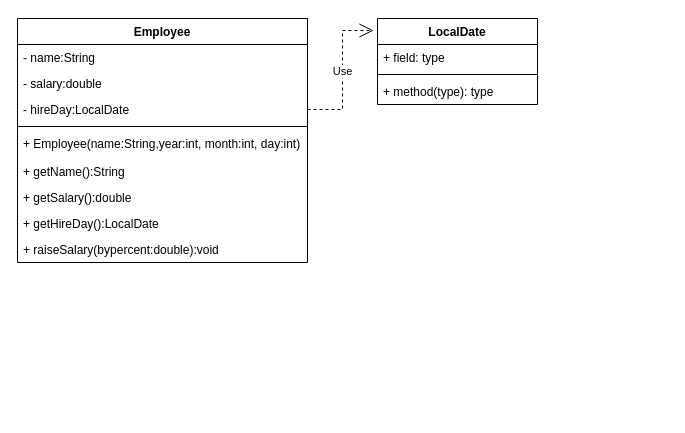
Before: v1ch04/Employee.drawio in whyhardpickname/coreJava10e, a draw.io diagram. Source tidied: cells renumbered, new cells numbered last; positions are measured from the earlier drawing's top-left corner, leaving out a move shared by most shapes. Both pictures are drawn from the tidied source at 100%, with x=0, y=0 at pixel (17, 18).
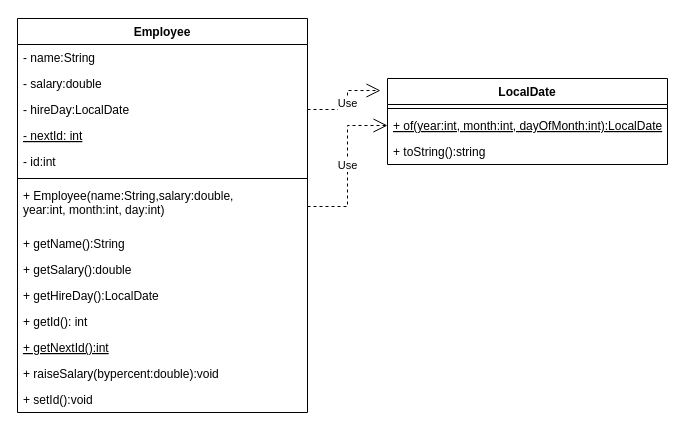
Above is the later version.

Commit message (it also covers changes not shown here):
EmployeeTest and it's uml

Diff of the diagram source:
```diff
@@
     <mxCell id="2" value="Employee" style="swimlane;fontStyle=1;align=center;verticalAlign=top;horizontal=1;startSize=26;" parent="1" vertex="1">
-      <mxGeometry width="290" height="244" as="geometry" />
+      <mxGeometry width="290" height="394" as="geometry" />
     </mxCell>
@@
+    <mxCell id="17" value="- nextId: int" style="text;strokeColor=none;fillColor=none;align=left;verticalAlign=top;spacingLeft=4;spacingRight=4;overflow=hidden;fontStyle=4;" parent="2" vertex="1">
+      <mxGeometry y="104" width="290" height="26" as="geometry" />
+    </mxCell>
+    <mxCell id="18" value="- id:int" style="text;strokeColor=none;fillColor=none;align=left;verticalAlign=top;spacingLeft=4;spacingRight=4;overflow=hidden;fontStyle=0;" parent="2" vertex="1">
+      <mxGeometry y="130" width="290" height="26" as="geometry" />
+    </mxCell>
     <mxCell id="6" style="line;strokeWidth=1;fillColor=none;align=left;verticalAlign=middle;spacingTop=-1;spacingLeft=3;spacingRight=3;labelPosition=right;" parent="2" vertex="1">
-      <mxGeometry y="104" width="290" height="8" as="geometry" />
+      <mxGeometry y="156" width="290" height="8" as="geometry" />
     </mxCell>
-    <mxCell id="7" value="+ Employee(name:String,year:int, month:int, day:int)" style="text;strokeColor=none;fillColor=none;align=left;verticalAlign=top;spacingLeft=4;spacingRight=4;overflow=hidden;points=[[0,0.5],[1,0.5]];portConstraint=eastwest;" parent="2" vertex="1">
-      <mxGeometry y="112" width="290" height="28" as="geometry" />
+    <mxCell id="7" value="+ Employee(name:String,salary:double, &#10;year:int, month:int, day:int)" style="text;strokeColor=none;fillColor=none;align=left;verticalAlign=top;spacingLeft=4;spacingRight=4;overflow=hidden;points=[[0,0.5],[1,0.5]];portConstraint=eastwest;" parent="2" vertex="1">
+      <mxGeometry y="164" width="290" height="48" as="geometry" />
     </mxCell>
     <mxCell id="8" value="+ getName():String" style="text;strokeColor=none;fillColor=none;align=left;verticalAlign=top;spacingLeft=4;spacingRight=4;overflow=hidden;" parent="2" vertex="1">
-      <mxGeometry y="140" width="290" height="26" as="geometry" />
+      <mxGeometry y="212" width="290" height="26" as="geometry" />
     </mxCell>
     <mxCell id="9" value="+ getSalary():double" style="text;strokeColor=none;fillColor=none;align=left;verticalAlign=top;spacingLeft=4;spacingRight=4;overflow=hidden;" parent="2" vertex="1">
-      <mxGeometry y="166" width="290" height="26" as="geometry" />
+      <mxGeometry y="238" width="290" height="26" as="geometry" />
     </mxCell>
     <mxCell id="10" value="+ getHireDay():LocalDate" style="text;strokeColor=none;fillColor=none;align=left;verticalAlign=top;spacingLeft=4;spacingRight=4;overflow=hidden;" parent="2" vertex="1">
-      <mxGeometry y="192" width="290" height="26" as="geometry" />
+      <mxGeometry y="264" width="290" height="26" as="geometry" />
     </mxCell>
+    <mxCell id="19" value="+ getId(): int" style="text;strokeColor=none;fillColor=none;align=left;verticalAlign=top;spacingLeft=4;spacingRight=4;overflow=hidden;" parent="2" vertex="1">
+      <mxGeometry y="290" width="290" height="26" as="geometry" />
+    </mxCell>
+    <mxCell id="20" value="+ getNextId():int" style="text;strokeColor=none;fillColor=none;align=left;verticalAlign=top;spacingLeft=4;spacingRight=4;overflow=hidden;fontStyle=4;" parent="2" vertex="1">
+      <mxGeometry y="316" width="290" height="26" as="geometry" />
+    </mxCell>
     <mxCell id="11" value="+ raiseSalary(bypercent:double):void" style="text;strokeColor=none;fillColor=none;align=left;verticalAlign=top;spacingLeft=4;spacingRight=4;overflow=hidden;" parent="2" vertex="1">
-      <mxGeometry y="218" width="290" height="26" as="geometry" />
+      <mxGeometry y="342" width="290" height="26" as="geometry" />
     </mxCell>
+    <mxCell id="21" value="+ setId():void" style="text;strokeColor=none;fillColor=none;align=left;verticalAlign=top;spacingLeft=4;spacingRight=4;overflow=hidden;" parent="2" vertex="1">
+      <mxGeometry y="368" width="290" height="26" as="geometry" />
+    </mxCell>
     <mxCell id="12" value="LocalDate" style="swimlane;fontStyle=1;align=center;verticalAlign=top;horizontal=1;startSize=26;" parent="1" vertex="1">
-      <mxGeometry x="360" width="160" height="86" as="geometry" />
+      <mxGeometry x="370" y="60" width="280" height="86" as="geometry" />
     </mxCell>
-    <mxCell id="13" value="+ field: type" style="text;strokeColor=none;fillColor=none;align=left;verticalAlign=top;spacingLeft=4;spacingRight=4;overflow=hidden;" parent="12" vertex="1">
-      <mxGeometry y="26" width="160" height="26" as="geometry" />
-    </mxCell>
     <mxCell id="14" style="line;strokeWidth=1;fillColor=none;align=left;verticalAlign=middle;spacingTop=-1;spacingLeft=3;spacingRight=3;labelPosition=right;" parent="12" vertex="1">
-      <mxGeometry y="52" width="160" height="8" as="geometry" />
+      <mxGeometry y="26" width="280" height="8" as="geometry" />
     </mxCell>
-    <mxCell id="15" value="+ method(type): type" style="text;strokeColor=none;fillColor=none;align=left;verticalAlign=top;spacingLeft=4;spacingRight=4;overflow=hidden;points=[[0,0.5],[1,0.5]];portConstraint=eastwest;" parent="12" vertex="1">
-      <mxGeometry y="60" width="160" height="26" as="geometry" />
+    <mxCell id="15" value="+ of(year:int, month:int, dayOfMonth:int):LocalDate&#10;" style="text;strokeColor=none;fillColor=none;align=left;verticalAlign=top;spacingLeft=4;spacingRight=4;overflow=hidden;points=[[0,0.5],[1,0.5]];portConstraint=eastwest;fontStyle=4;" parent="12" vertex="1">
+      <mxGeometry y="34" width="280" height="26" as="geometry" />
     </mxCell>
+    <mxCell id="22" value="+ toString():string" style="text;strokeColor=none;fillColor=none;align=left;verticalAlign=top;spacingLeft=4;spacingRight=4;overflow=hidden;fontStyle=0;" parent="12" vertex="1">
+      <mxGeometry y="60" width="280" height="26" as="geometry" />
+    </mxCell>
@@
+    <mxCell id="23" value="Use" style="endArrow=open;endSize=12;dashed=1;html=1;edgeStyle=orthogonalEdgeStyle;rounded=0;" parent="1" edge="1" source="7" target="15">
+      <mxGeometry relative="1" as="geometry" />
+    </mxCell>
```
